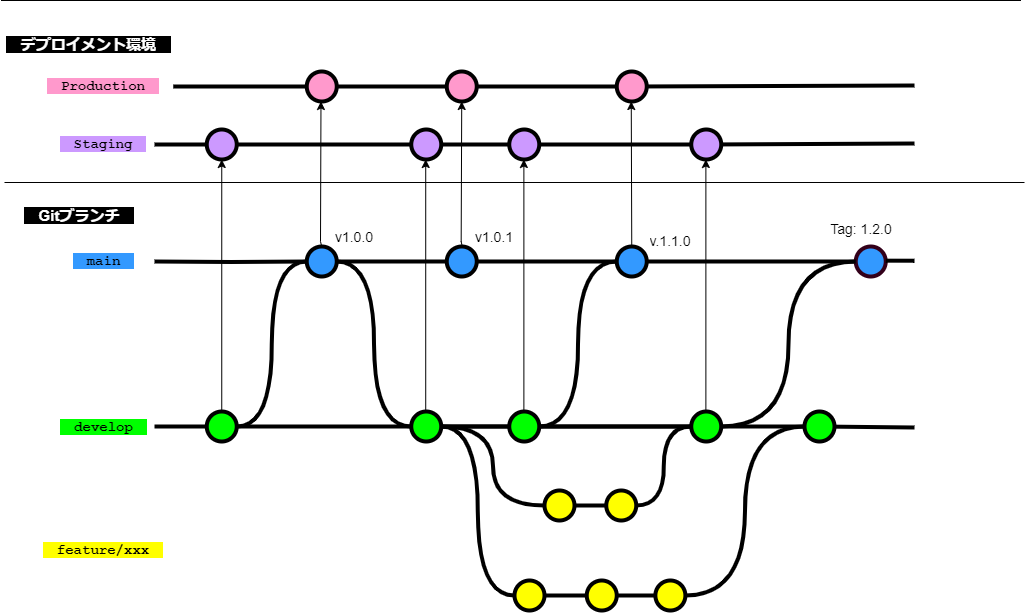
Above: documents/forGitBranch/img/lightweight_gitbranch_flow.drawio.png in future-architect/coding-standards (draw.io), before the change. Source tidied: cells renumbered, new cells last; positions are measured from the earlier drawing's top-left corner, leaving out a move shared by most shapes.
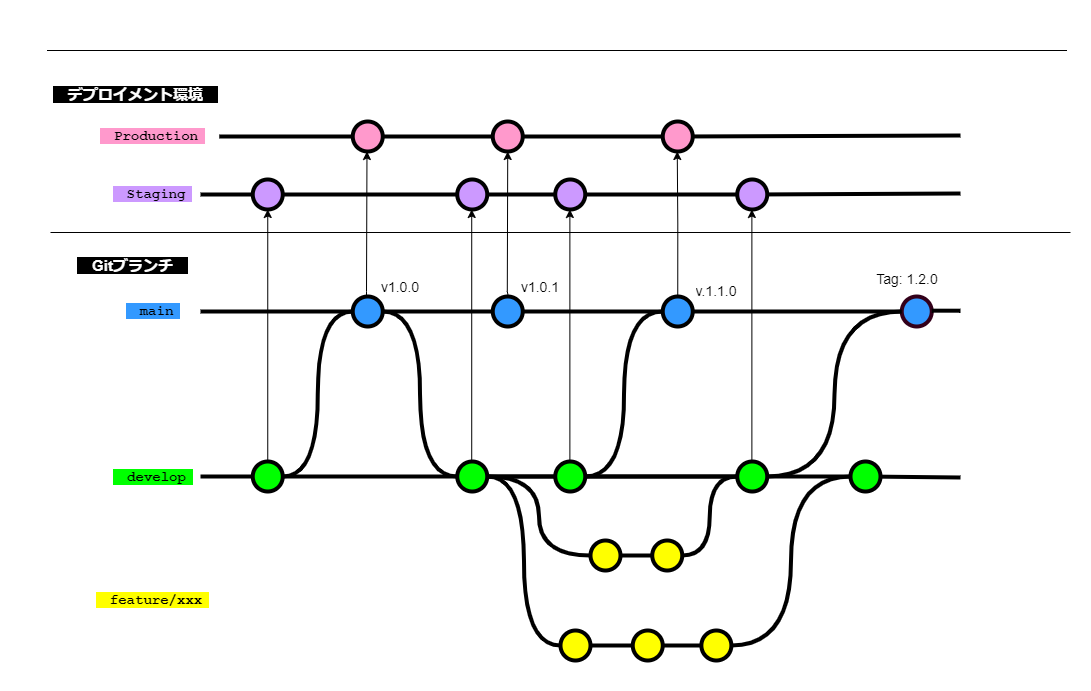
The same diagram one commit later.

Diff of the diagram source:
```diff
@@ -2,6 +2,9 @@
   <root>
     <mxCell id="0" />
     <mxCell id="1" parent="0" />
+    <mxCell id="73" style="rounded=0;whiteSpace=wrap;html=1;strokeColor=none;" parent="1" vertex="1">
+      <mxGeometry x="-46" y="-50" width="1090" height="690" as="geometry" />
+    </mxCell>
     <mxCell id="2" style="endArrow=none;html=1;rounded=0;strokeWidth=4;" parent="1" edge="1" source="32">
       <mxGeometry relative="1" as="geometry">
         <mxPoint x="914" y="427" as="targetPoint" />
```
